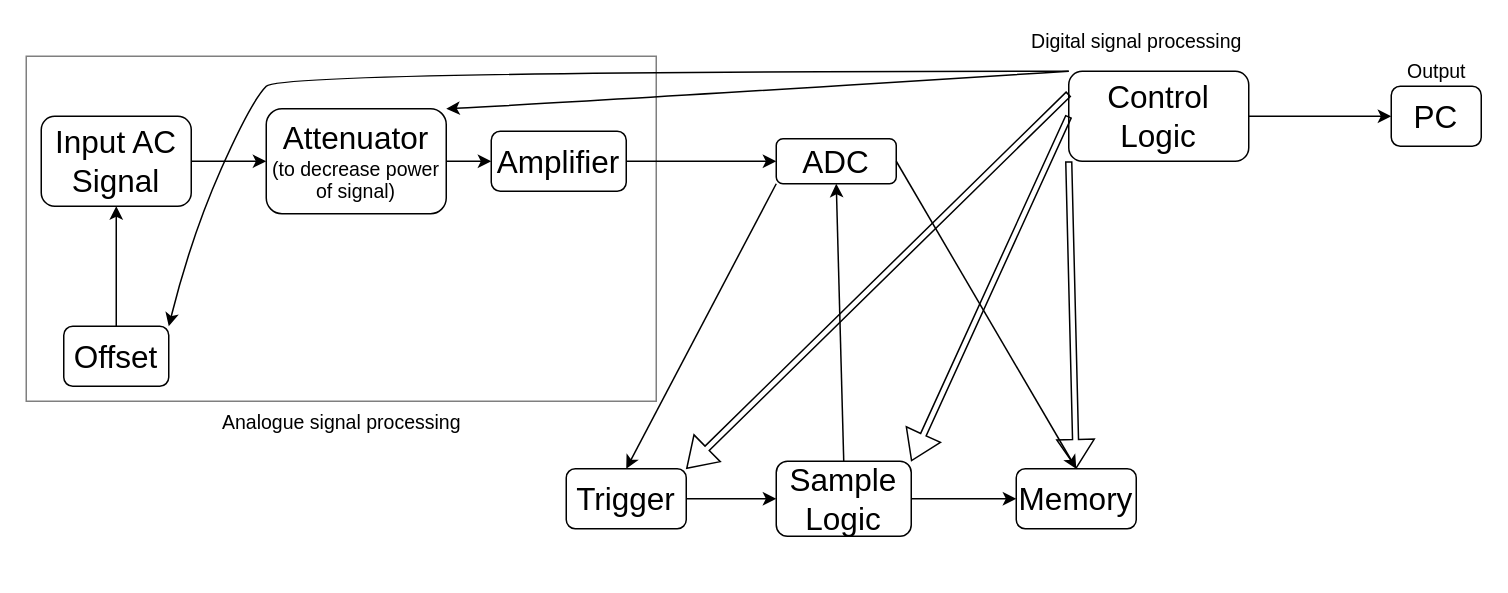
Above: OscilloscopeStructure.drawio in 2uger/digital-oscilloscope (draw.io), before the change. Source tidied: cells renumbered, new cells numbered last; positions are measured from the earlier drawing's top-left corner, leaving out a move shared by most shapes. Both pictures are drawn from the tidied source at 150%, with x=0, y=0 at pixel (26, 26).
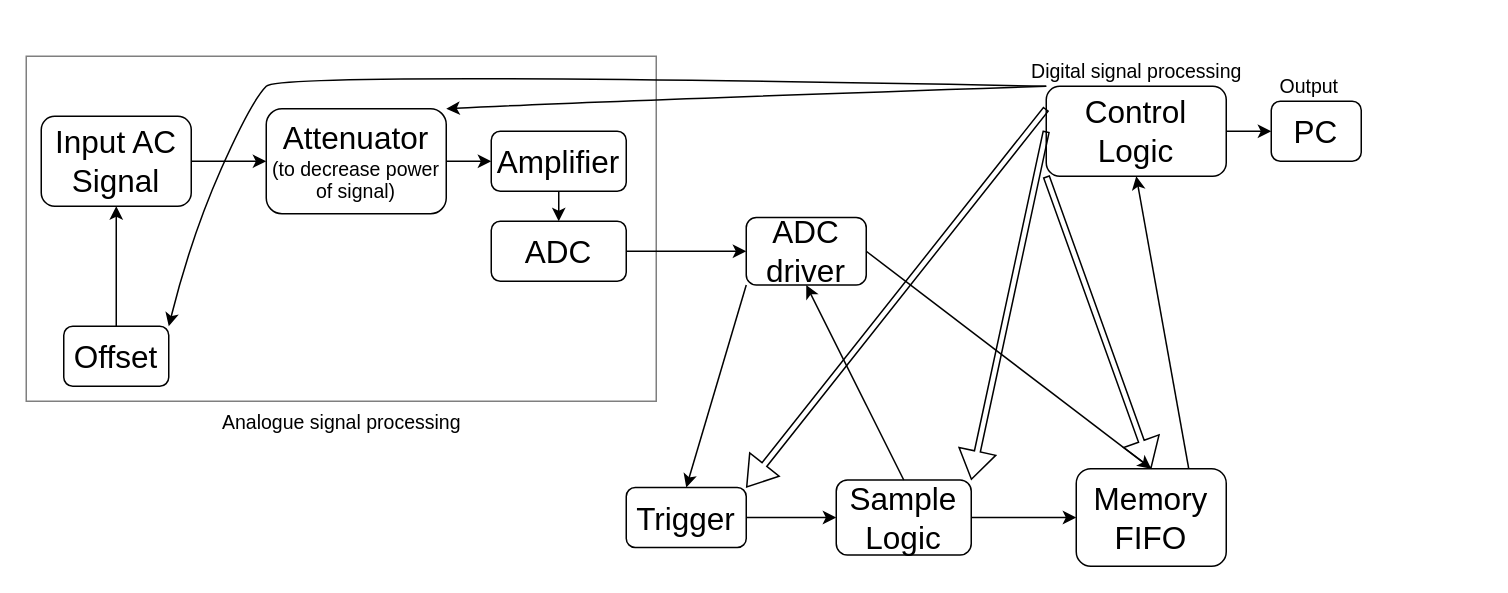
After the change.

The change refers to these unchanged cells:
```xml
<mxCell id="4" value="&lt;font style=&quot;font-size: 21px&quot;&gt;Amplifier&lt;/font&gt;" style="rounded=1;whiteSpace=wrap;html=1;" parent="1" vertex="1">
  <mxGeometry x="310" y="70" width="90" height="40" as="geometry" />
</mxCell>
```

What changed in the source:
```diff
@@
-    <mxCell id="5" value="&lt;font style=&quot;font-size: 21px&quot;&gt;ADC&lt;/font&gt;" style="rounded=1;whiteSpace=wrap;html=1;" parent="1" vertex="1">
-      <mxGeometry x="500" y="75" width="80" height="30" as="geometry" />
+    <mxCell id="5" value="&lt;font style=&quot;font-size: 21px&quot;&gt;ADC&lt;br&gt;driver&lt;br&gt;&lt;/font&gt;" style="rounded=1;whiteSpace=wrap;html=1;" parent="1" vertex="1">
+      <mxGeometry x="480" y="127.5" width="80" height="45" as="geometry" />
     </mxCell>
     <mxCell id="6" value="&lt;font style=&quot;font-size: 21px&quot;&gt;Trigger&lt;/font&gt;" style="rounded=1;whiteSpace=wrap;html=1;" parent="1" vertex="1">
-      <mxGeometry x="360" y="295" width="80" height="40" as="geometry" />
+      <mxGeometry x="400" y="307.5" width="80" height="40" as="geometry" />
     </mxCell>
     <mxCell id="7" value="&lt;font style=&quot;font-size: 21px&quot;&gt;Sample&lt;br&gt;Logic&lt;br&gt;&lt;/font&gt;" style="rounded=1;whiteSpace=wrap;html=1;" parent="1" vertex="1">
-      <mxGeometry x="500" y="290" width="90" height="50" as="geometry" />
+      <mxGeometry x="540" y="302.5" width="90" height="50" as="geometry" />
     </mxCell>
-    <mxCell id="8" value="&lt;font style=&quot;font-size: 21px&quot;&gt;Memory&lt;/font&gt;" style="rounded=1;whiteSpace=wrap;html=1;" parent="1" vertex="1">
-      <mxGeometry x="660" y="295" width="80" height="40" as="geometry" />
+    <mxCell id="8" value="&lt;font style=&quot;font-size: 21px&quot;&gt;Memory&lt;br&gt;FIFO&lt;br&gt;&lt;/font&gt;" style="rounded=1;whiteSpace=wrap;html=1;" parent="1" vertex="1">
+      <mxGeometry x="700" y="295" width="100" height="65" as="geometry" />
     </mxCell>
@@
     <mxCell id="10" value="&lt;font style=&quot;font-size: 21px&quot;&gt;Control Logic&lt;br&gt;&lt;/font&gt;" style="rounded=1;whiteSpace=wrap;html=1;" parent="1" vertex="1">
-      <mxGeometry x="695" y="30" width="120" height="60" as="geometry" />
+      <mxGeometry x="680" y="40" width="120" height="60" as="geometry" />
     </mxCell>
@@
-    <mxCell id="15" style="endArrow=classic;html=1;rounded=0;fontSize=13;exitX=1;exitY=0.5;exitDx=0;exitDy=0;entryX=0;entryY=0.5;entryDx=0;entryDy=0;" parent="1" edge="1" source="4" target="5">
+    <mxCell id="15" style="endArrow=classic;html=1;rounded=0;fontSize=13;exitX=1;exitY=0.5;exitDx=0;exitDy=0;entryX=0;entryY=0.5;entryDx=0;entryDy=0;" parent="1" edge="1" source="30" target="5">
       <mxGeometry relative="1" as="geometry" />
     </mxCell>
@@
     <mxCell id="26" value="Digital signal processing" style="text;html=1;align=center;verticalAlign=middle;strokeColor=none;fillColor=none;fontSize=13;" parent="1" vertex="1">
-      <mxGeometry x="660" width="160" height="20" as="geometry" />
+      <mxGeometry x="660" y="20" width="160" height="20" as="geometry" />
     </mxCell>
     <mxCell id="27" value="&lt;font style=&quot;font-size: 21px&quot;&gt;PC&lt;br&gt;&lt;/font&gt;" style="rounded=1;whiteSpace=wrap;html=1;" parent="1" vertex="1">
-      <mxGeometry x="910" y="40" width="60" height="40" as="geometry" />
+      <mxGeometry x="830" y="50" width="60" height="40" as="geometry" />
     </mxCell>
@@
     <mxCell id="29" value="Output" style="text;html=1;align=center;verticalAlign=middle;strokeColor=none;fillColor=none;fontSize=13;" parent="1" vertex="1">
-      <mxGeometry x="915" y="20" width="50" height="20" as="geometry" />
+      <mxGeometry x="830" y="30" width="50" height="20" as="geometry" />
     </mxCell>
+    <mxCell id="30" value="&lt;font style=&quot;font-size: 21px&quot;&gt;ADC&lt;/font&gt;" style="rounded=1;whiteSpace=wrap;html=1;" parent="1" vertex="1">
+      <mxGeometry x="310" y="130" width="90" height="40" as="geometry" />
+    </mxCell>
+    <mxCell id="31" style="endArrow=classic;html=1;rounded=0;exitX=0.5;exitY=1;exitDx=0;exitDy=0;entryX=0.5;entryY=0;entryDx=0;entryDy=0;" parent="1" edge="1" source="4" target="30">
+      <mxGeometry relative="1" as="geometry" />
+    </mxCell>
+    <mxCell id="32" style="endArrow=classic;html=1;rounded=0;fontSize=13;exitX=0.75;exitY=0;exitDx=0;exitDy=0;entryX=0.5;entryY=1;entryDx=0;entryDy=0;" parent="1" edge="1" source="8" target="10">
+      <mxGeometry relative="1" as="geometry" />
+    </mxCell>
```
